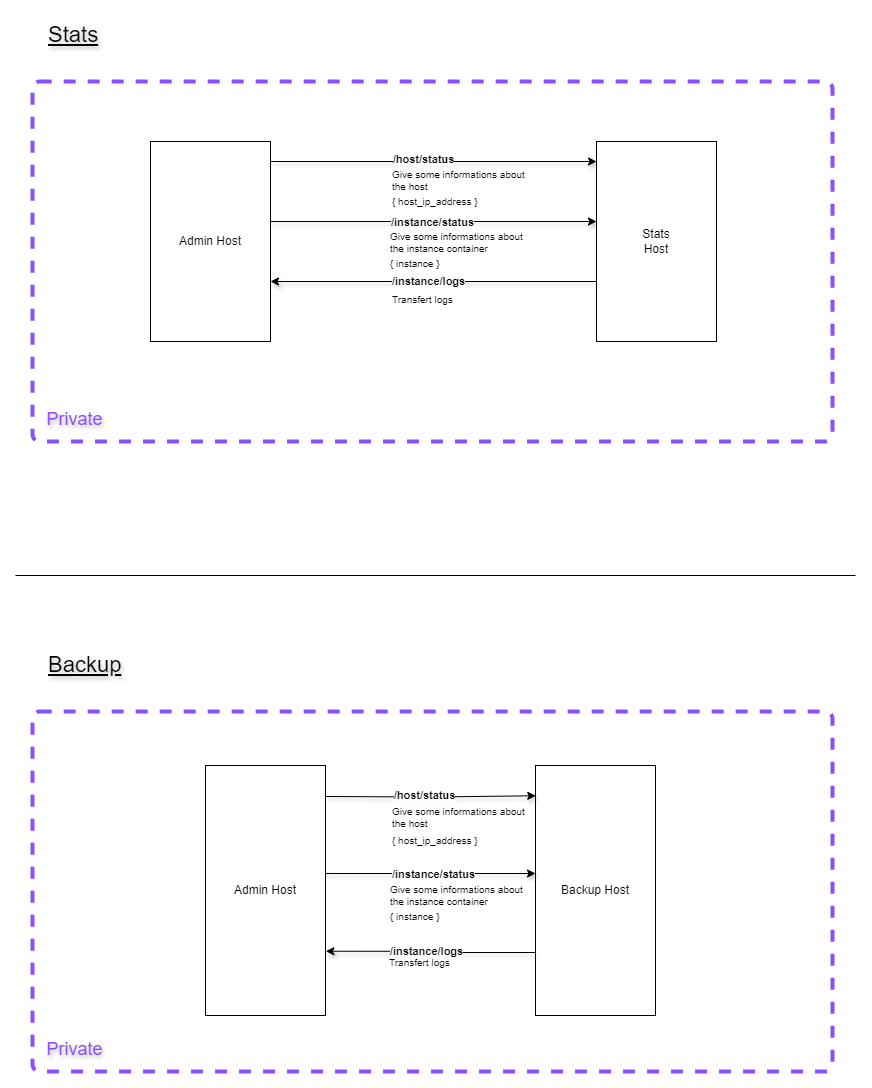
The draw.io diagram doc/Admin.png in yesbabylon/b2, before a commit. Source tidied: cells renumbered, new cells last; positions are measured from the earlier drawing's top-left corner, leaving out a move shared by most shapes.
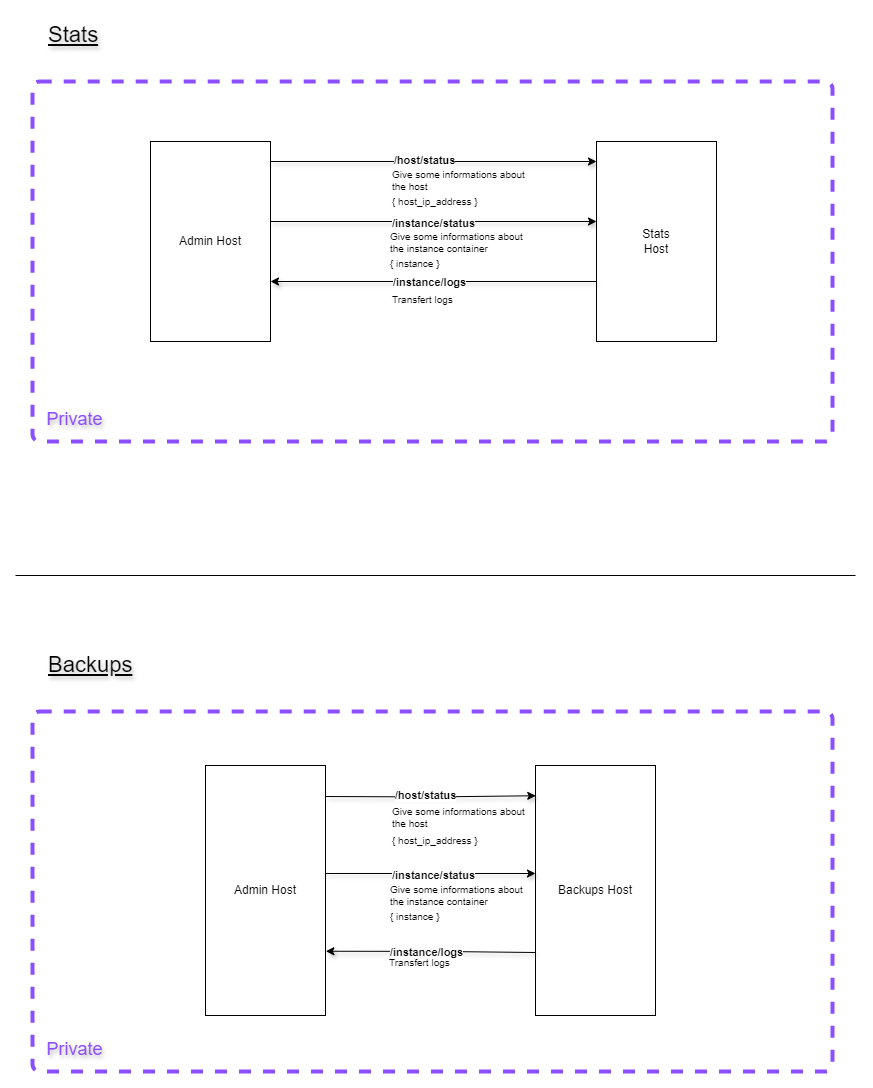
After the change.

Commit message:
Added admin charts

Change to the diagram source:
```diff
@@ -72,8 +72,8 @@
         <mxPoint x="840" y="560" as="targetPoint" />
       </mxGeometry>
     </mxCell>
-    <mxCell id="20" value="&lt;font style=&quot;font-size: 22px;&quot;&gt;&lt;u&gt;Backup&lt;/u&gt;&lt;/font&gt;" style="text;html=1;align=left;verticalAlign=middle;strokeColor=none;fillColor=none;textShadow=1;" parent="1" vertex="1">
-      <mxGeometry x="31" y="630" width="100" height="40" as="geometry" />
+    <mxCell id="20" value="&lt;font style=&quot;font-size: 22px;&quot;&gt;&lt;u&gt;Backups&lt;/u&gt;&lt;/font&gt;" style="text;html=1;align=left;verticalAlign=middle;strokeColor=none;fillColor=none;textShadow=1;" parent="1" vertex="1">
+      <mxGeometry x="31" y="630" width="110" height="40" as="geometry" />
     </mxCell>
     <mxCell id="21" value="&lt;font color=&quot;#8c4fff&quot; style=&quot;font-size: 18px;&quot;&gt;Private&lt;/font&gt;" style="text;html=1;align=center;verticalAlign=middle;strokeColor=none;fillColor=none;textShadow=1;" parent="1" vertex="1">
       <mxGeometry x="19" y="1014" width="80" height="40" as="geometry" />
@@ -81,7 +81,7 @@
     <mxCell id="22" value="Admin Host" style="whiteSpace=wrap;html=1;" parent="1" vertex="1">
       <mxGeometry x="190" y="750" width="120" height="250" as="geometry" />
     </mxCell>
-    <mxCell id="23" value="Backup Host" style="whiteSpace=wrap;html=1;" parent="1" vertex="1">
+    <mxCell id="23" value="Backups Host" style="whiteSpace=wrap;html=1;" parent="1" vertex="1">
       <mxGeometry x="520" y="750" width="120" height="250" as="geometry" />
     </mxCell>
     <mxCell id="24" style="edgeStyle=orthogonalEdgeStyle;rounded=0;orthogonalLoop=1;jettySize=auto;html=1;entryX=0.002;entryY=0.201;entryDx=0;entryDy=0;shadow=1;textShadow=1;fontStyle=1;exitX=1.003;exitY=0.204;exitDx=0;exitDy=0;exitPerimeter=0;entryPerimeter=0;" parent="1" edge="1">
```
